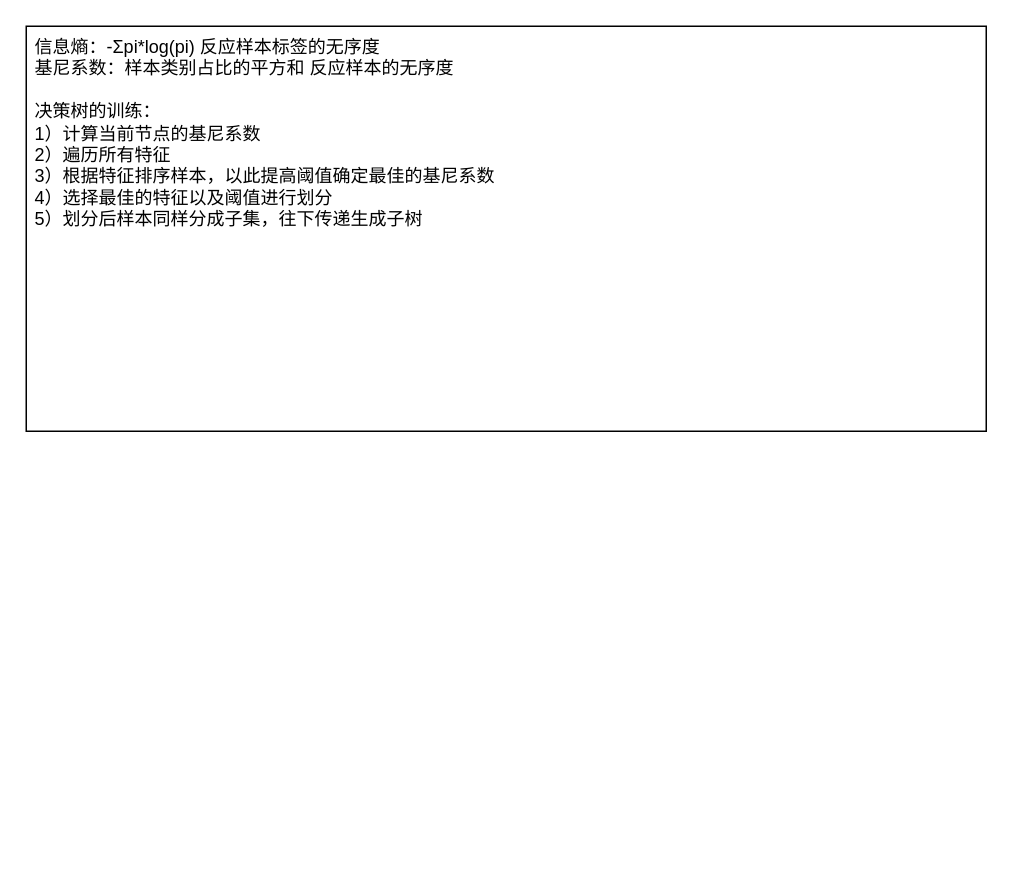
limpid-11/drawio keeps this draw.io diagram as ML.drawio. Above is the earlier version. Source tidied: cells renumbered, new cells numbered last; positions are measured from the earlier drawing's top-left corner, leaving out a move shared by most shapes. Both pictures are drawn from the tidied source at 150%, with x=0, y=0 at pixel (26, 26).
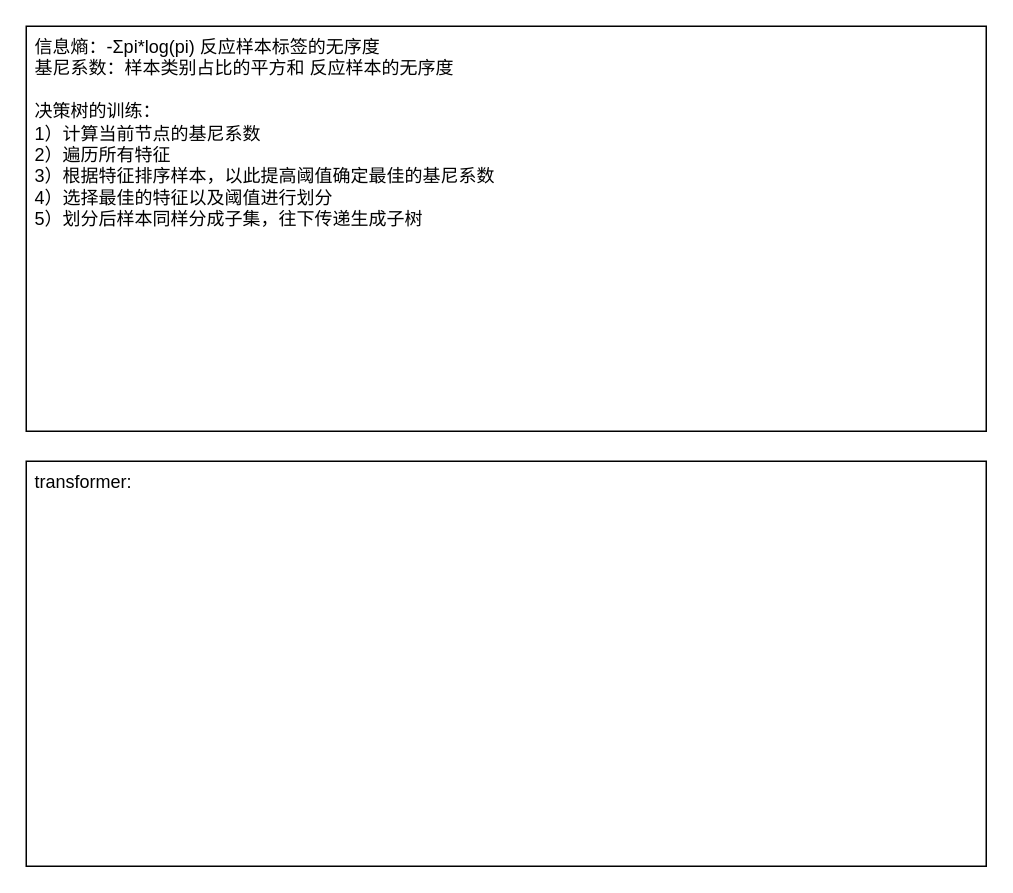
Above is the later version.

What changed in the source:
```diff
@@
 <mxGraphModel>
   <root>
     <mxCell id="0" />
     <mxCell id="1" parent="0" />
     <mxCell id="2" value="信息熵：-Σpi*log(pi) 反应样本标签的无序度&lt;div&gt;基尼系数：样本类别占比的平方和 反应样本的无序度&lt;/div&gt;&lt;div&gt;&lt;br&gt;&lt;/div&gt;&lt;div&gt;决策树的训练：&lt;/div&gt;&lt;div&gt;1）计算当前节点的基尼系数&lt;/div&gt;&lt;div&gt;2）遍历所有特征&lt;/div&gt;&lt;div&gt;&lt;span style=&quot;background-color: initial;&quot;&gt;3）根据特征排序样本，以此提高阈值确定最佳的基尼系数&lt;/span&gt;&lt;/div&gt;&lt;div&gt;&lt;span style=&quot;background-color: initial;&quot;&gt;4）选择最佳的特征以及阈值进行划分&lt;/span&gt;&lt;/div&gt;&lt;div&gt;&lt;span style=&quot;background-color: initial;&quot;&gt;5）划分后样本同样分成子集，往下传递生成子树&lt;/span&gt;&lt;/div&gt;&lt;div&gt;&lt;span style=&quot;background-color: initial;&quot;&gt;&lt;br&gt;&lt;/span&gt;&lt;/div&gt;&lt;div&gt;&lt;span style=&quot;background-color: initial;&quot;&gt;&lt;br&gt;&lt;/span&gt;&lt;/div&gt;" style="rounded=0;whiteSpace=wrap;html=1;align=left;verticalAlign=top;spacing=2;spacingTop=0;spacingLeft=4;" parent="1" vertex="1">
       <mxGeometry width="640" height="270" as="geometry" />
     </mxCell>
+    <mxCell id="3" value="&lt;div&gt;&lt;span style=&quot;background-color: initial;&quot;&gt;transformer:&lt;/span&gt;&lt;/div&gt;&lt;div&gt;&lt;span style=&quot;background-color: initial;&quot;&gt;&lt;br&gt;&lt;/span&gt;&lt;/div&gt;" style="rounded=0;whiteSpace=wrap;html=1;align=left;verticalAlign=top;spacing=2;spacingTop=0;spacingLeft=4;" parent="1" vertex="1">
+      <mxGeometry y="290" width="640" height="270" as="geometry" />
+    </mxCell>
   </root>
 </mxGraphModel>
```
